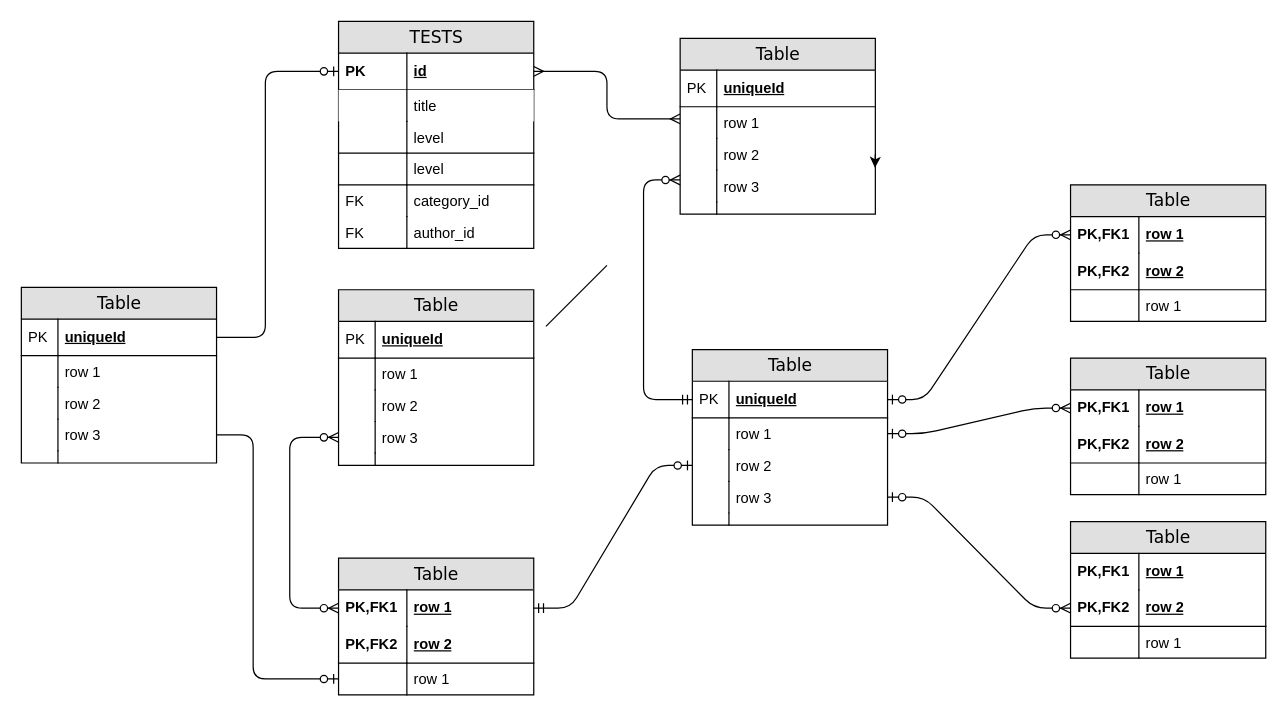
Before: public/Untitled Diagram.drawio in skvortsovvg/TestGuru, a draw.io diagram. Source tidied: cells renumbered, new cells numbered last; positions are measured from the earlier drawing's top-left corner, leaving out a move shared by most shapes. Both pictures are drawn from the tidied source at 122%, with x=0, y=0 at pixel (21, 21).
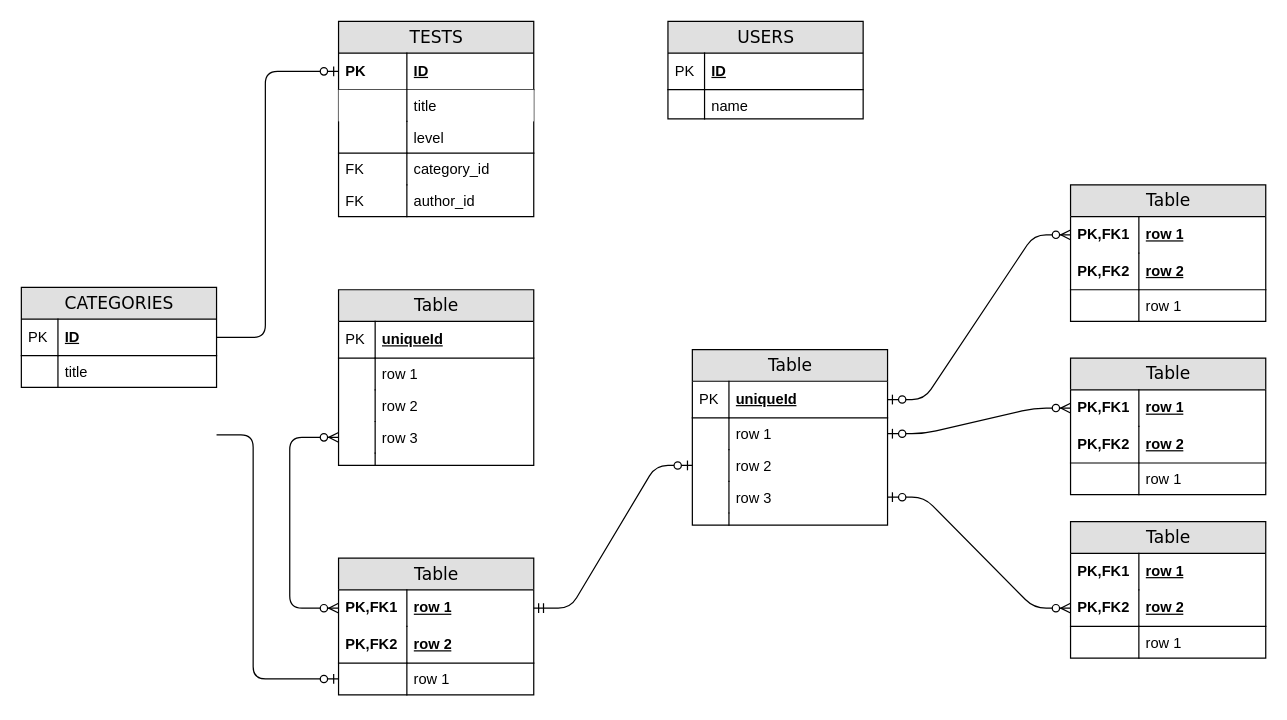
The same page after the edit.

Commit message:
users, categories

The change refers to these unchanged cells:
```xml
<mxCell id="39" value="uniqueId" style="shape=partialRectangle;top=0;left=0;right=0;bottom=1;html=1;align=left;verticalAlign=middle;fillColor=none;spacingLeft=34;spacingRight=4;whiteSpace=wrap;overflow=hidden;points=[[0,0.5],[1,0.5]];portConstraint=eastwest;fontStyle=5;" parent="38" vertex="1">
  <mxGeometry y="26" width="160" height="30" as="geometry" />
</mxCell>
<mxCell id="61" value="row 1" style="shape=partialRectangle;top=0;left=0;right=0;bottom=0;html=1;align=left;verticalAlign=top;fillColor=none;spacingLeft=60;spacingRight=4;whiteSpace=wrap;overflow=hidden;points=[[0,0.5],[1,0.5]];portConstraint=eastwest;" parent="56" vertex="1">
  <mxGeometry y="86" width="160" height="26" as="geometry" />
</mxCell>
```

The edit, as a diff of the source:
```diff
@@
     <mxCell id="2" value="TESTS" style="swimlane;html=1;fontStyle=0;horizontal=1;startSize=26;fillColor=#e0e0e0;swimlaneFillColor=#ffffff;align=center;rounded=0;shadow=0;comic=0;labelBackgroundColor=none;strokeWidth=1;fontFamily=Verdana;fontSize=14;" parent="1" vertex="1">
-      <mxGeometry x="260" width="160" height="186" as="geometry" />
+      <mxGeometry x="260" width="160" height="160" as="geometry" />
     </mxCell>
-    <mxCell id="3" value="id" style="shape=partialRectangle;top=0;left=0;right=0;bottom=1;html=1;align=left;verticalAlign=middle;fillColor=none;spacingLeft=60;spacingRight=4;whiteSpace=wrap;overflow=hidden;points=[[0,0.5],[1,0.5]];portConstraint=eastwest;fontStyle=5;shadow=0;sketch=0;" parent="2" vertex="1">
+    <mxCell id="3" value="ID" style="shape=partialRectangle;top=0;left=0;right=0;bottom=1;html=1;align=left;verticalAlign=middle;fillColor=none;spacingLeft=60;spacingRight=4;whiteSpace=wrap;overflow=hidden;points=[[0,0.5],[1,0.5]];portConstraint=eastwest;fontStyle=5;shadow=0;sketch=0;" parent="2" vertex="1">
       <mxGeometry y="26" width="160" height="30" as="geometry" />
     </mxCell>
@@
-    <mxCell id="9" value="level" style="shape=partialRectangle;top=0;left=0;right=0;bottom=1;html=1;align=left;verticalAlign=top;fillColor=none;spacingLeft=60;spacingRight=4;whiteSpace=wrap;overflow=hidden;" parent="2" vertex="1">
-      <mxGeometry y="108" width="160" height="26" as="geometry" />
-    </mxCell>
-    <mxCell id="10" style="shape=partialRectangle;top=0;left=0;bottom=0;html=1;fillColor=none;align=left;verticalAlign=top;spacingLeft=4;spacingRight=4;whiteSpace=wrap;overflow=hidden;" parent="9" vertex="1">
-      <mxGeometry width="56" height="26" as="geometry" />
-    </mxCell>
     <mxCell id="11" value="category_id" style="shape=partialRectangle;top=0;left=0;right=0;bottom=0;html=1;align=left;verticalAlign=top;fillColor=none;spacingLeft=60;spacingRight=4;whiteSpace=wrap;overflow=hidden;" parent="2" vertex="1">
-      <mxGeometry y="134" width="160" height="26" as="geometry" />
+      <mxGeometry y="108" width="160" height="26" as="geometry" />
     </mxCell>
@@
     <mxCell id="13" value="author_id" style="shape=partialRectangle;top=0;left=0;right=0;bottom=0;html=1;align=left;verticalAlign=top;fillColor=none;spacingLeft=60;spacingRight=4;whiteSpace=wrap;overflow=hidden;" parent="2" vertex="1">
-      <mxGeometry y="160" width="160" height="26" as="geometry" />
+      <mxGeometry y="134" width="160" height="26" as="geometry" />
     </mxCell>
@@
-    <mxCell id="15" value="Table" style="swimlane;html=1;fontStyle=0;horizontal=1;startSize=26;fillColor=#e0e0e0;swimlaneFillColor=#ffffff;align=center;rounded=0;shadow=0;comic=0;labelBackgroundColor=none;strokeWidth=1;fontFamily=Verdana;fontSize=14;swimlaneLine=1;" parent="1" vertex="1">
-      <mxGeometry x="540" y="14" width="160" height="144" as="geometry" />
+    <mxCell id="15" value="USERS" style="swimlane;html=1;fontStyle=0;horizontal=1;startSize=26;fillColor=#e0e0e0;swimlaneFillColor=#ffffff;align=center;rounded=0;shadow=0;comic=0;labelBackgroundColor=none;strokeWidth=1;fontFamily=Verdana;fontSize=14;swimlaneLine=1;" parent="1" vertex="1">
+      <mxGeometry x="530" width="160" height="80" as="geometry" />
     </mxCell>
-    <mxCell id="16" value="uniqueId" style="shape=partialRectangle;top=0;left=0;right=0;bottom=1;html=1;align=left;verticalAlign=middle;fillColor=none;spacingLeft=34;spacingRight=4;whiteSpace=wrap;overflow=hidden;fontStyle=5;" parent="15" vertex="1">
+    <mxCell id="16" value="ID" style="shape=partialRectangle;top=0;left=0;right=0;bottom=1;html=1;align=left;verticalAlign=middle;fillColor=none;spacingLeft=34;spacingRight=4;whiteSpace=wrap;overflow=hidden;fontStyle=5;" parent="15" vertex="1">
       <mxGeometry y="26" width="160" height="30" as="geometry" />
     </mxCell>
@@
-    <mxCell id="18" value="row 1" style="shape=partialRectangle;top=0;left=0;right=0;bottom=0;html=1;align=left;verticalAlign=top;fillColor=none;spacingLeft=34;spacingRight=4;whiteSpace=wrap;overflow=hidden;points=[[0,0.5],[1,0.5]];portConstraint=eastwest;" parent="15" vertex="1">
-      <mxGeometry y="56" width="160" height="26" as="geometry" />
+    <mxCell id="18" value="name" style="shape=partialRectangle;top=0;left=0;right=0;bottom=0;html=1;align=left;verticalAlign=top;fillColor=none;spacingLeft=34;spacingRight=4;whiteSpace=wrap;overflow=hidden;points=[[0,0.5],[1,0.5]];portConstraint=eastwest;" parent="15" vertex="1">
+      <mxGeometry y="56" width="160" height="24" as="geometry" />
     </mxCell>
     <mxCell id="19" style="shape=partialRectangle;top=0;left=0;bottom=0;html=1;fillColor=none;align=left;verticalAlign=top;spacingLeft=4;spacingRight=4;whiteSpace=wrap;overflow=hidden;" parent="18" vertex="1">
-      <mxGeometry width="30" height="26" as="geometry" />
+      <mxGeometry width="30" height="24" as="geometry" />
     </mxCell>
-    <mxCell id="20" value="row 2" style="shape=partialRectangle;top=0;left=0;right=0;bottom=0;html=1;align=left;verticalAlign=top;fillColor=none;spacingLeft=34;spacingRight=4;whiteSpace=wrap;overflow=hidden;points=[[0,0.5],[1,0.5]];portConstraint=eastwest;" parent="15" vertex="1">
-      <mxGeometry y="82" width="160" height="26" as="geometry" />
-    </mxCell>
-    <mxCell id="21" style="shape=partialRectangle;top=0;left=0;bottom=0;html=1;fillColor=none;align=left;verticalAlign=top;spacingLeft=4;spacingRight=4;whiteSpace=wrap;overflow=hidden;" parent="20" vertex="1">
-      <mxGeometry width="30" height="26" as="geometry" />
-    </mxCell>
-    <mxCell id="22" value="row 3" style="shape=partialRectangle;top=0;left=0;right=0;bottom=0;html=1;align=left;verticalAlign=top;fillColor=none;spacingLeft=34;spacingRight=4;whiteSpace=wrap;overflow=hidden;points=[[0,0.5],[1,0.5]];portConstraint=eastwest;" parent="15" vertex="1">
-      <mxGeometry y="108" width="160" height="26" as="geometry" />
-    </mxCell>
-    <mxCell id="23" style="shape=partialRectangle;top=0;left=0;bottom=0;html=1;fillColor=none;align=left;verticalAlign=top;spacingLeft=4;spacingRight=4;whiteSpace=wrap;overflow=hidden;" parent="22" vertex="1">
-      <mxGeometry width="30" height="26" as="geometry" />
-    </mxCell>
-    <mxCell id="24" style="shape=partialRectangle;top=0;left=0;right=0;bottom=0;html=1;align=left;verticalAlign=top;fillColor=none;spacingLeft=34;spacingRight=4;whiteSpace=wrap;overflow=hidden;" parent="15" vertex="1">
-      <mxGeometry y="134" width="160" height="10" as="geometry" />
-    </mxCell>
-    <mxCell id="25" style="shape=partialRectangle;top=0;left=0;bottom=0;html=1;fillColor=none;align=left;verticalAlign=top;spacingLeft=4;spacingRight=4;whiteSpace=wrap;overflow=hidden;" parent="24" vertex="1">
-      <mxGeometry width="30" height="10" as="geometry" />
-    </mxCell>
-    <mxCell id="26" style="edgeStyle=orthogonalEdgeStyle;rounded=0;orthogonalLoop=1;jettySize=auto;html=1;exitX=1;exitY=0.5;exitDx=0;exitDy=0;entryX=0.998;entryY=0.923;entryDx=0;entryDy=0;entryPerimeter=0;" parent="15" edge="1" source="20" target="20">
-      <mxGeometry relative="1" as="geometry" />
-    </mxCell>
@@
-    <mxCell id="64" style="edgeStyle=orthogonalEdgeStyle;html=1;endArrow=ERmany;startArrow=ERmany;labelBackgroundColor=none;fontFamily=Verdana;fontSize=14;entryX=1;entryY=0.5;exitX=0;exitY=0.383;exitPerimeter=0;" parent="1" edge="1" source="18" target="3">
-      <mxGeometry relative="1" as="geometry">
-        <Array as="points">
-          <mxPoint x="480" y="80" />
-          <mxPoint x="480" y="41" />
-        </Array>
-      </mxGeometry>
-    </mxCell>
-    <mxCell id="65" style="edgeStyle=orthogonalEdgeStyle;html=1;endArrow=ERzeroToMany;startArrow=ERmandOne;labelBackgroundColor=none;fontFamily=Verdana;fontSize=14;entryX=0;entryY=0.308;entryPerimeter=0;exitX=0;exitY=0.5;" parent="1" edge="1" source="39" target="22">
-      <mxGeometry relative="1" as="geometry">
-        <Array as="points">
-          <mxPoint x="510" y="310" />
-          <mxPoint x="510" y="130" />
-        </Array>
-      </mxGeometry>
-    </mxCell>
@@
-    <mxCell id="84" value="Table" style="swimlane;html=1;fontStyle=0;horizontal=1;startSize=26;fillColor=#e0e0e0;swimlaneFillColor=#ffffff;align=center;rounded=0;shadow=0;comic=0;labelBackgroundColor=none;strokeWidth=1;fontFamily=Verdana;fontSize=14;" parent="1" vertex="1">
-      <mxGeometry y="218" width="160" height="144" as="geometry" />
+    <mxCell id="84" value="CATEGORIES" style="swimlane;html=1;fontStyle=0;horizontal=1;startSize=26;fillColor=#e0e0e0;swimlaneFillColor=#ffffff;align=center;rounded=0;shadow=0;comic=0;labelBackgroundColor=none;strokeWidth=1;fontFamily=Verdana;fontSize=14;" parent="1" vertex="1">
+      <mxGeometry y="218" width="160" height="82" as="geometry" />
     </mxCell>
-    <mxCell id="85" value="uniqueId" style="shape=partialRectangle;top=0;left=0;right=0;bottom=1;html=1;align=left;verticalAlign=middle;fillColor=none;spacingLeft=34;spacingRight=4;whiteSpace=wrap;overflow=hidden;points=[[0,0.5],[1,0.5]];portConstraint=eastwest;fontStyle=5;" parent="84" vertex="1">
+    <mxCell id="85" value="ID" style="shape=partialRectangle;top=0;left=0;right=0;bottom=1;html=1;align=left;verticalAlign=middle;fillColor=none;spacingLeft=34;spacingRight=4;whiteSpace=wrap;overflow=hidden;points=[[0,0.5],[1,0.5]];portConstraint=eastwest;fontStyle=5;" parent="84" vertex="1">
       <mxGeometry y="26" width="160" height="30" as="geometry" />
     </mxCell>
@@
-    <mxCell id="87" value="row 1" style="shape=partialRectangle;top=0;left=0;right=0;bottom=0;html=1;align=left;verticalAlign=top;fillColor=none;spacingLeft=34;spacingRight=4;whiteSpace=wrap;overflow=hidden;" parent="84" vertex="1">
+    <mxCell id="87" value="title" style="shape=partialRectangle;top=0;left=0;right=0;bottom=0;html=1;align=left;verticalAlign=top;fillColor=none;spacingLeft=34;spacingRight=4;whiteSpace=wrap;overflow=hidden;" parent="84" vertex="1">
       <mxGeometry y="56" width="160" height="26" as="geometry" />
     </mxCell>
@@
-    <mxCell id="89" value="row 2" style="shape=partialRectangle;top=0;left=0;right=0;bottom=0;html=1;align=left;verticalAlign=top;fillColor=none;spacingLeft=34;spacingRight=4;whiteSpace=wrap;overflow=hidden;" parent="84" vertex="1">
-      <mxGeometry y="82" width="160" height="26" as="geometry" />
-    </mxCell>
-    <mxCell id="90" style="shape=partialRectangle;top=0;left=0;bottom=0;html=1;fillColor=none;align=left;verticalAlign=top;spacingLeft=4;spacingRight=4;whiteSpace=wrap;overflow=hidden;" parent="89" vertex="1">
-      <mxGeometry width="30" height="26" as="geometry" />
-    </mxCell>
-    <mxCell id="91" value="row 3" style="shape=partialRectangle;top=0;left=0;right=0;bottom=0;html=1;align=left;verticalAlign=top;fillColor=none;spacingLeft=34;spacingRight=4;whiteSpace=wrap;overflow=hidden;points=[[0,0.5],[1,0.5]];portConstraint=eastwest;" parent="84" vertex="1">
-      <mxGeometry y="108" width="160" height="26" as="geometry" />
-    </mxCell>
-    <mxCell id="92" style="shape=partialRectangle;top=0;left=0;bottom=0;html=1;fillColor=none;align=left;verticalAlign=top;spacingLeft=4;spacingRight=4;whiteSpace=wrap;overflow=hidden;" parent="91" vertex="1">
-      <mxGeometry width="30" height="26" as="geometry" />
-    </mxCell>
-    <mxCell id="93" style="shape=partialRectangle;top=0;left=0;right=0;bottom=0;html=1;align=left;verticalAlign=top;fillColor=none;spacingLeft=34;spacingRight=4;whiteSpace=wrap;overflow=hidden;" parent="84" vertex="1">
-      <mxGeometry y="134" width="160" height="10" as="geometry" />
-    </mxCell>
-    <mxCell id="94" style="shape=partialRectangle;top=0;left=0;bottom=0;html=1;fillColor=none;align=left;verticalAlign=top;spacingLeft=4;spacingRight=4;whiteSpace=wrap;overflow=hidden;" parent="93" vertex="1">
-      <mxGeometry width="30" height="10" as="geometry" />
-    </mxCell>
@@
-    <mxCell id="96" style="edgeStyle=orthogonalEdgeStyle;html=1;endArrow=ERzeroToOne;endFill=1;labelBackgroundColor=none;fontFamily=Verdana;fontSize=14;entryX=0;entryY=0.5;exitX=1;exitY=0.5;" parent="1" edge="1" source="91" target="61">
+    <mxCell id="96" style="edgeStyle=orthogonalEdgeStyle;html=1;endArrow=ERzeroToOne;endFill=1;labelBackgroundColor=none;fontFamily=Verdana;fontSize=14;entryX=0;entryY=0.5;exitX=1;exitY=0.5;" parent="1" edge="1" target="61">
       <mxGeometry relative="1" as="geometry">
+        <mxPoint x="160" y="339" as="sourcePoint" />
         <Array as="points">
           <mxPoint x="190" y="339" />
           <mxPoint x="190" y="539" />
         </Array>
       </mxGeometry>
     </mxCell>
-    <mxCell id="97" style="endArrow=none;html=1;rounded=0;" parent="1" edge="1">
-      <mxGeometry relative="1" as="geometry">
-        <mxPoint x="430" y="250" as="sourcePoint" />
-        <mxPoint x="480" y="200" as="targetPoint" />
-      </mxGeometry>
-    </mxCell>
```
